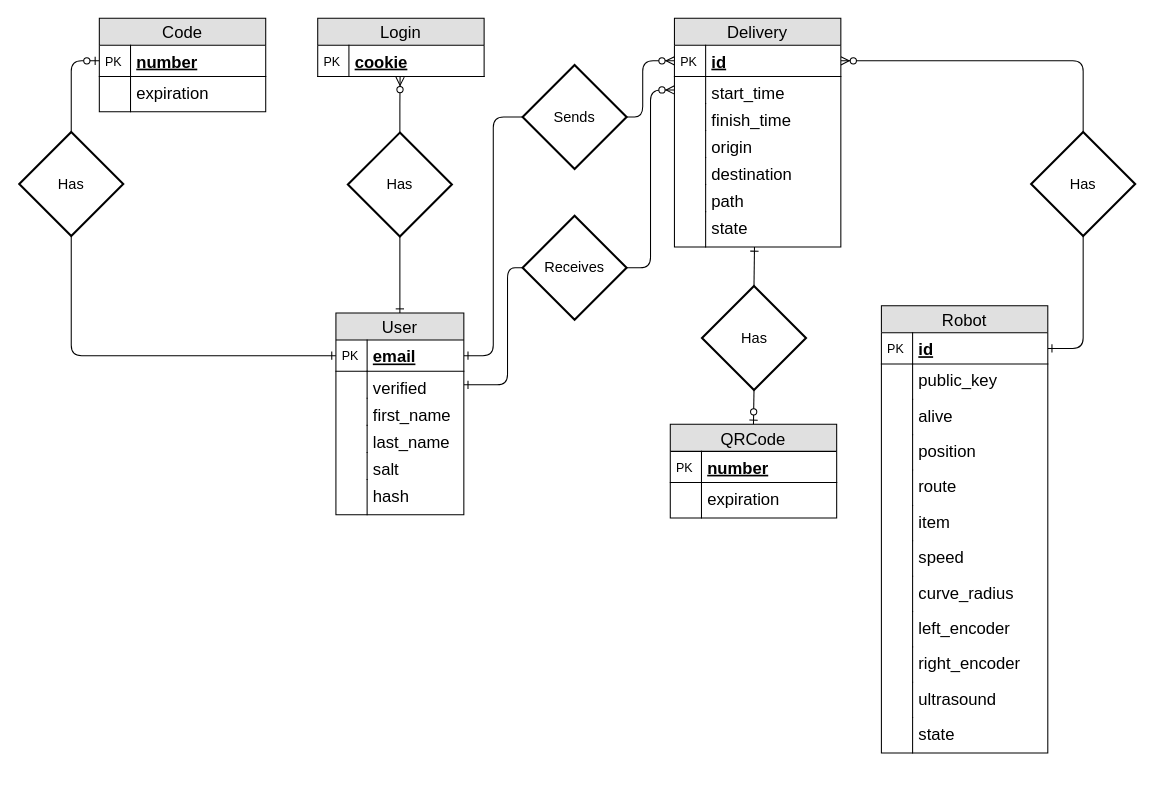
The draw.io diagram server/modeling/DB Model.drawio in developedby/DLVR, before the edit. Source tidied: cells renumbered, new cells numbered last; positions are measured from the earlier drawing's top-left corner, leaving out a move shared by most shapes. Both pictures are drawn from the tidied source at 104%, with x=0, y=0 at pixel (19, 18).
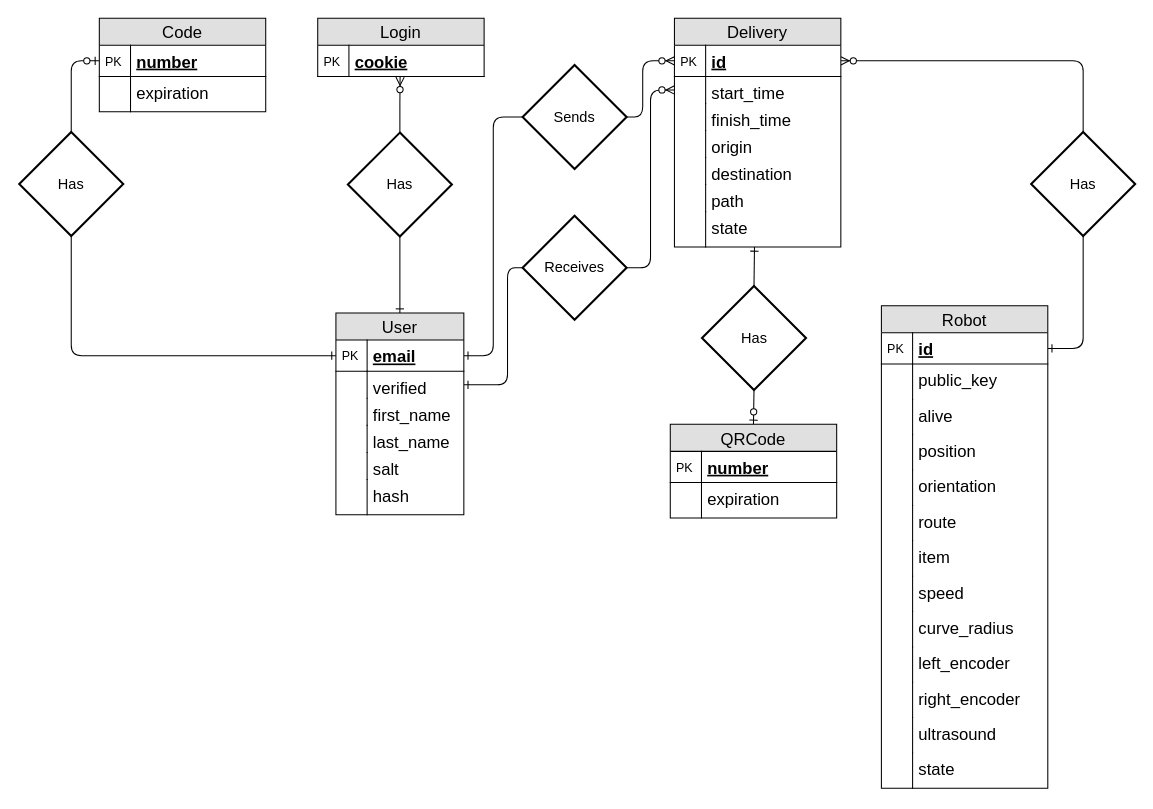
The same diagram, later.

What changed in the source:
```diff
@@
     <mxCell id="27" value="Robot" style="swimlane;fontStyle=0;horizontal=1;startSize=26;fillColor=#e0e0e0;swimlaneFillColor=#ffffff;align=center;fontSize=16;" parent="1" vertex="1">
-      <mxGeometry x="829" y="276.5" width="160" height="430" as="geometry" />
+      <mxGeometry x="829" y="276.5" width="160" height="464" as="geometry" />
     </mxCell>
@@
+    <mxCell id="86" value="orientation" style="shape=partialRectangle;top=0;left=0;right=0;bottom=0;align=left;verticalAlign=top;fillColor=none;spacingLeft=34;spacingRight=4;overflow=hidden;fontSize=16;" parent="27" vertex="1">
+      <mxGeometry y="158" width="160" height="34" as="geometry" />
+    </mxCell>
+    <mxCell id="87" style="shape=partialRectangle;top=0;left=0;bottom=0;fillColor=none;align=left;verticalAlign=top;spacingLeft=4;spacingRight=4;overflow=hidden;fontSize=12;" parent="86" vertex="1">
+      <mxGeometry width="30" height="34" as="geometry" />
+    </mxCell>
     <mxCell id="36" value="route" style="shape=partialRectangle;top=0;left=0;right=0;bottom=0;align=left;verticalAlign=top;fillColor=none;spacingLeft=34;spacingRight=4;overflow=hidden;fontSize=16;" parent="27" vertex="1">
-      <mxGeometry y="158" width="160" height="34" as="geometry" />
+      <mxGeometry y="192" width="160" height="34" as="geometry" />
     </mxCell>
@@
     <mxCell id="38" value="item" style="shape=partialRectangle;top=0;left=0;right=0;bottom=0;align=left;verticalAlign=top;fillColor=none;spacingLeft=34;spacingRight=4;overflow=hidden;fontSize=16;" parent="27" vertex="1">
-      <mxGeometry y="192" width="160" height="34" as="geometry" />
+      <mxGeometry y="226" width="160" height="34" as="geometry" />
     </mxCell>
@@
     <mxCell id="40" value="speed" style="shape=partialRectangle;top=0;left=0;right=0;bottom=0;align=left;verticalAlign=top;fillColor=none;spacingLeft=34;spacingRight=4;overflow=hidden;fontSize=16;" parent="27" vertex="1">
-      <mxGeometry y="226" width="160" height="34" as="geometry" />
+      <mxGeometry y="260" width="160" height="34" as="geometry" />
     </mxCell>
@@
     <mxCell id="42" value="curve_radius" style="shape=partialRectangle;top=0;left=0;right=0;bottom=0;align=left;verticalAlign=top;fillColor=none;spacingLeft=34;spacingRight=4;overflow=hidden;fontSize=16;" parent="27" vertex="1">
-      <mxGeometry y="260" width="160" height="34" as="geometry" />
+      <mxGeometry y="294" width="160" height="34" as="geometry" />
     </mxCell>
@@
     <mxCell id="44" value="left_encoder" style="shape=partialRectangle;top=0;left=0;right=0;bottom=0;align=left;verticalAlign=top;fillColor=none;spacingLeft=34;spacingRight=4;overflow=hidden;fontSize=16;" parent="27" vertex="1">
-      <mxGeometry y="294" width="160" height="34" as="geometry" />
+      <mxGeometry y="328" width="160" height="34" as="geometry" />
     </mxCell>
@@
     <mxCell id="46" value="right_encoder" style="shape=partialRectangle;top=0;left=0;right=0;bottom=0;align=left;verticalAlign=top;fillColor=none;spacingLeft=34;spacingRight=4;overflow=hidden;fontSize=16;" parent="27" vertex="1">
-      <mxGeometry y="328" width="160" height="34" as="geometry" />
+      <mxGeometry y="362" width="160" height="34" as="geometry" />
     </mxCell>
@@
     <mxCell id="48" value="ultrasound" style="shape=partialRectangle;top=0;left=0;right=0;bottom=0;align=left;verticalAlign=top;fillColor=none;spacingLeft=34;spacingRight=4;overflow=hidden;fontSize=16;" parent="27" vertex="1">
-      <mxGeometry y="362" width="160" height="34" as="geometry" />
+      <mxGeometry y="396" width="160" height="34" as="geometry" />
     </mxCell>
@@
     <mxCell id="50" value="state" style="shape=partialRectangle;top=0;left=0;right=0;bottom=0;align=left;verticalAlign=top;fillColor=none;spacingLeft=34;spacingRight=4;overflow=hidden;fontSize=16;" parent="27" vertex="1">
-      <mxGeometry y="396" width="160" height="34" as="geometry" />
+      <mxGeometry y="430" width="160" height="34" as="geometry" />
     </mxCell>
```
